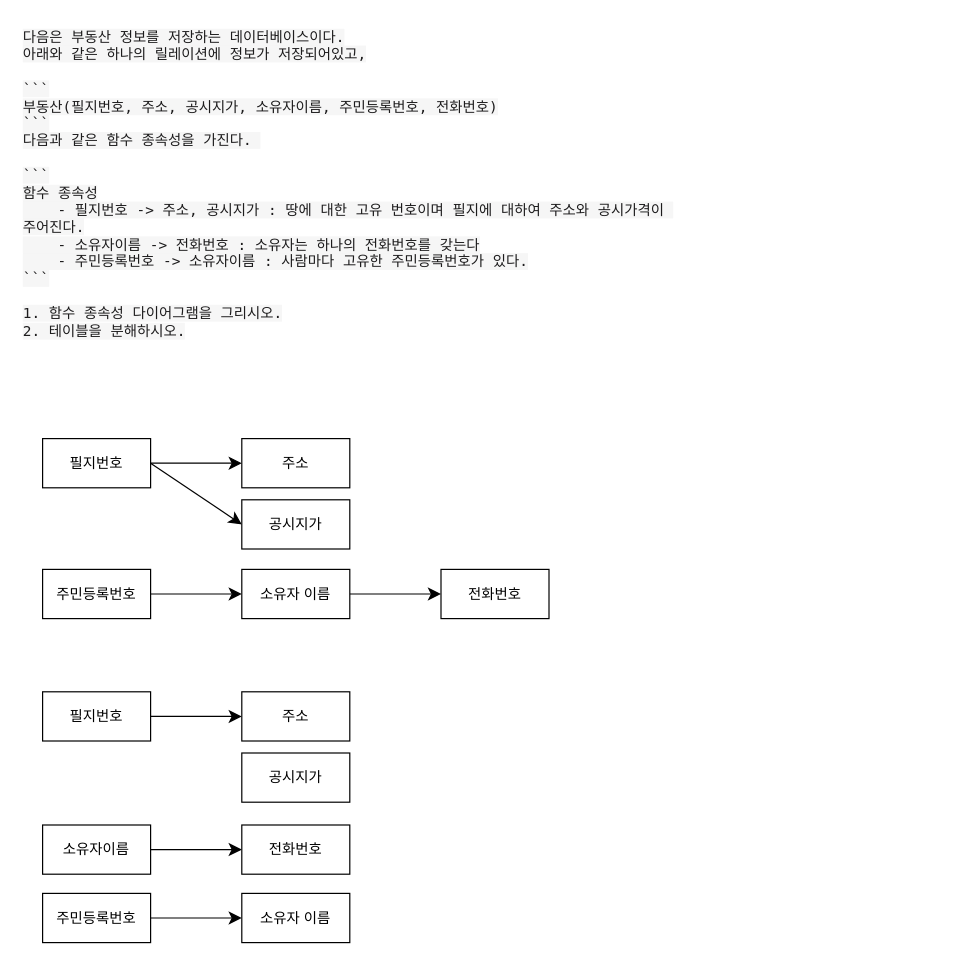
Earlier version of the draw.io diagram page "페이지-1" (1 of 6) of 데이터모델설계/함수종속성.drawio (Moon-ymin/busanIT). Source tidied: cells renumbered, new cells numbered last; positions are measured from the earlier drawing's top-left corner, leaving out a move shared by most shapes. Both pictures are drawn from the tidied source at 120%, with x=0, y=0 at pixel (20, 20).
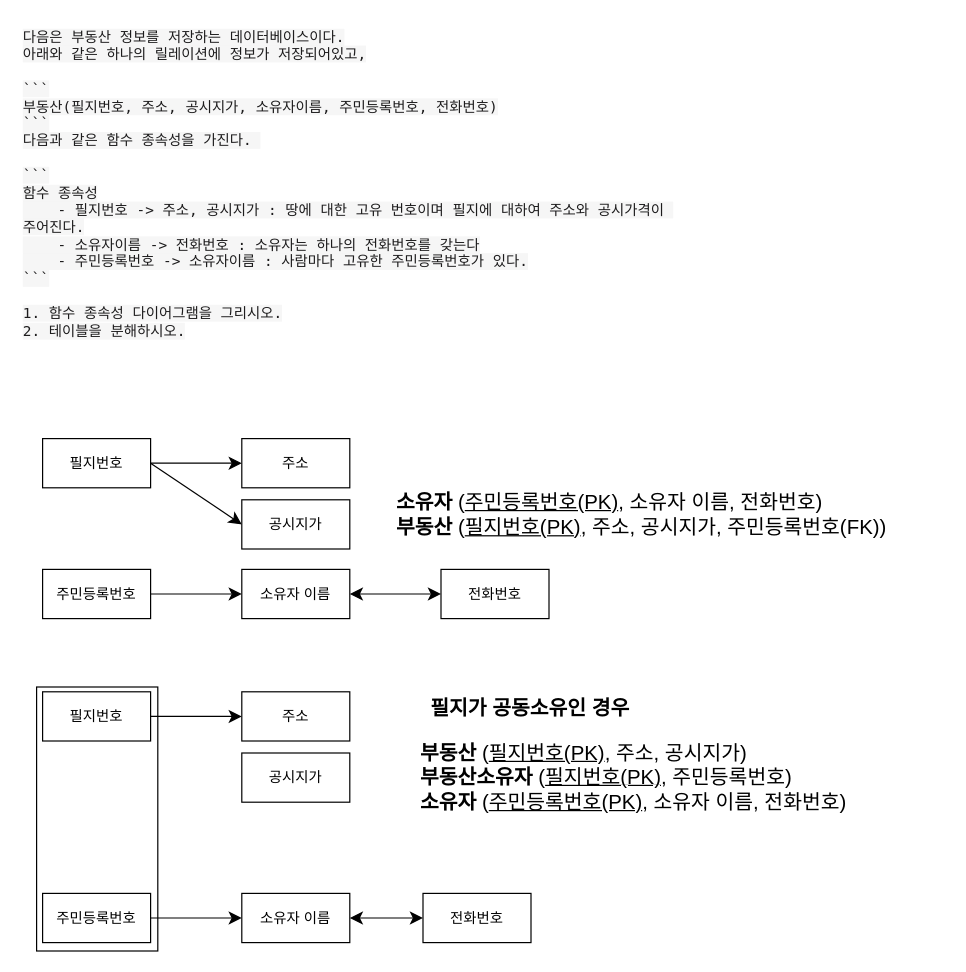
The same diagram, later.

Unchanged cells that the change refers to:
```xml
<mxCell id="8" value="전화번호" style="rounded=0;whiteSpace=wrap;html=1;" parent="1" vertex="1">
  <mxGeometry x="350" y="457" width="90" height="41" as="geometry" />
</mxCell>
<mxCell id="12" value="소유자 이름" style="rounded=0;whiteSpace=wrap;html=1;" parent="1" vertex="1">
  <mxGeometry x="184" y="457" width="90" height="41" as="geometry" />
</mxCell>
<mxCell id="22" value="소유자 이름" style="rounded=0;whiteSpace=wrap;html=1;" parent="1" vertex="1">
  <mxGeometry x="184" y="727" width="90" height="41" as="geometry" />
</mxCell>
```

Diff of the diagram source:
```diff
@@
-    <mxCell id="11" style="edgeStyle=none;curved=1;rounded=0;jettySize=auto;html=1;exitX=1;exitY=0.5;exitDx=0;exitDy=0;entryX=0;entryY=0.5;entryDx=0;entryDy=0;fontSize=12;startSize=8;endSize=8;" parent="1" edge="1" source="12" target="8">
+    <mxCell id="11" style="edgeStyle=none;curved=1;rounded=0;jettySize=auto;html=1;exitX=1;exitY=0.5;exitDx=0;exitDy=0;entryX=0;entryY=0.5;entryDx=0;entryDy=0;fontSize=12;startSize=8;endSize=8;endArrow=classic;endFill=1;strokeColor=default;startArrow=classic;startFill=1;" parent="1" edge="1" source="12" target="8">
       <mxGeometry relative="1" as="geometry" />
     </mxCell>
@@
-    <mxCell id="17" style="edgeStyle=none;curved=1;rounded=0;jettySize=auto;html=1;exitX=1;exitY=0.5;exitDx=0;exitDy=0;entryX=0;entryY=0.5;entryDx=0;entryDy=0;fontSize=12;startSize=8;endSize=8;" parent="1" edge="1" source="18" target="19">
+    <mxCell id="17" style="edgeStyle=none;curved=1;rounded=0;jettySize=auto;html=1;exitX=1;exitY=0.5;exitDx=0;exitDy=0;entryX=0;entryY=0.5;entryDx=0;entryDy=0;fontSize=12;startSize=8;endSize=8;startArrow=classic;startFill=1;" parent="1" edge="1" source="22" target="19">
       <mxGeometry relative="1" as="geometry" />
     </mxCell>
-    <mxCell id="18" value="소유자이름" style="rounded=0;whiteSpace=wrap;html=1;" parent="1" vertex="1">
-      <mxGeometry x="18" y="670" width="90" height="41" as="geometry" />
-    </mxCell>
     <mxCell id="19" value="전화번호" style="rounded=0;whiteSpace=wrap;html=1;" parent="1" vertex="1">
-      <mxGeometry x="184" y="670" width="90" height="41" as="geometry" />
+      <mxGeometry x="335" y="727" width="90" height="41" as="geometry" />
     </mxCell>
@@
+    <mxCell id="23" value="&lt;b&gt;소유자&lt;/b&gt; (&lt;u&gt;주민등록번호(PK)&lt;/u&gt;, 소유자 이름, 전화번호)&lt;div&gt;&lt;b&gt;부동산&lt;/b&gt; (&lt;u&gt;필지번호(PK)&lt;/u&gt;, 주소, 공시지가, 주민등록번호(FK))&lt;/div&gt;" style="text;html=1;align=left;verticalAlign=middle;strokeColor=none;fillColor=none;fontSize=17;" parent="1" vertex="1">
+      <mxGeometry x="311" y="387" width="460" height="50" as="geometry" />
+    </mxCell>
+    <mxCell id="24" value="필지가 공동소유인 경우" style="text;html=1;align=center;verticalAlign=middle;strokeColor=none;fillColor=none;fontStyle=1;fontSize=17;" parent="1" vertex="1">
+      <mxGeometry x="324" y="559" width="200" height="30" as="geometry" />
+    </mxCell>
+    <mxCell id="25" value="&lt;div&gt;&lt;b&gt;부동산&lt;/b&gt;&amp;nbsp;(&lt;u&gt;필지번호(PK)&lt;/u&gt;, 주소, 공시지가)&lt;b&gt;&lt;br&gt;&lt;/b&gt;&lt;/div&gt;&lt;div&gt;&lt;b&gt;부동산소유자&amp;nbsp;&lt;/b&gt;(&lt;u&gt;필지번호(PK)&lt;/u&gt;, 주민등록번호)&lt;/div&gt;&lt;b&gt;소유자&lt;/b&gt; (&lt;u&gt;주민등록번호(PK)&lt;/u&gt;, 소유자 이름, 전화번호)" style="text;html=1;align=left;verticalAlign=middle;strokeColor=none;fillColor=none;fontSize=17;" parent="1" vertex="1">
+      <mxGeometry x="331" y="595.5" width="400" height="70" as="geometry" />
+    </mxCell>
+    <mxCell id="26" style="rounded=0;whiteSpace=wrap;html=1;fillColor=none;" parent="1" vertex="1">
+      <mxGeometry x="13" y="555" width="101" height="220" as="geometry" />
+    </mxCell>
```
